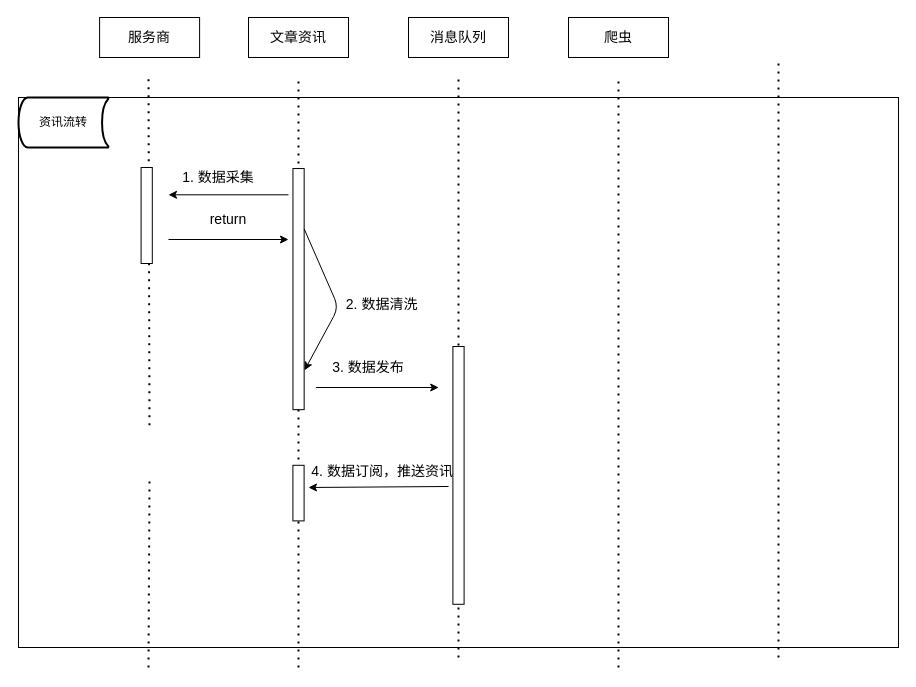
The draw.io diagram 资讯数据流转.drawio in JoinFyc/github-upload, before the edit. Source tidied: cells renumbered, new cells numbered last; positions are measured from the earlier drawing's top-left corner, leaving out a move shared by most shapes. Both pictures are drawn from the tidied source at 100%, with x=0, y=0 at pixel (18, 17).
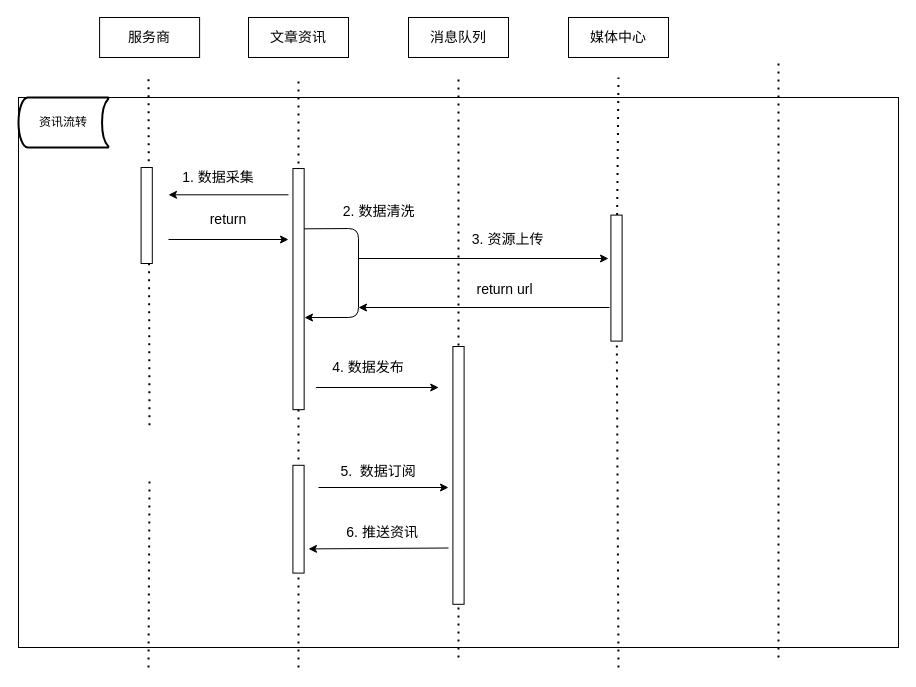
The same diagram, later.

Commit message (it also covers changes not shown here):
Update 资讯数据流转.drawio

Unchanged cells that the change refers to:
```xml
<mxCell id="14" style="rounded=0;whiteSpace=wrap;html=1;rotation=-90;" parent="1" vertex="1">
  <mxGeometry x="159.5" y="266" width="241.1" height="11.2" as="geometry" />
</mxCell>
<mxCell id="17" style="rounded=0;whiteSpace=wrap;html=1;rotation=-90;" parent="1" vertex="1">
  <mxGeometry x="311.1" y="452.3" width="257.8" height="11.2" as="geometry" />
</mxCell>
```

The edit, as a diff of the source:
```diff
@@
-    <mxCell id="9" style="endArrow=none;dashed=1;html=1;dashPattern=1 3;strokeWidth=2;" parent="1" edge="1">
+    <mxCell id="9" style="endArrow=none;dashed=1;html=1;dashPattern=1 3;strokeWidth=2;startArrow=none;" parent="1" edge="1" source="28">
       <mxGeometry relative="1" as="geometry">
-        <mxPoint x="600" y="650" as="sourcePoint" />
         <mxPoint x="600" y="60" as="targetPoint" />
       </mxGeometry>
     </mxCell>
@@
-    <mxCell id="15" value="&lt;font style=&quot;font-size: 14px&quot;&gt;3. 数据发布&lt;/font&gt;" style="text;html=1;strokeColor=none;fillColor=none;align=center;verticalAlign=middle;whiteSpace=wrap;rounded=0;" parent="1" vertex="1">
+    <mxCell id="15" value="&lt;font style=&quot;font-size: 14px&quot;&gt;4. 数据发布&lt;/font&gt;" style="text;html=1;strokeColor=none;fillColor=none;align=center;verticalAlign=middle;whiteSpace=wrap;rounded=0;" parent="1" vertex="1">
       <mxGeometry x="280.2" y="340" width="140" height="20" as="geometry" />
     </mxCell>
@@
     <mxCell id="18" value="&lt;font style=&quot;font-size: 14px&quot;&gt;2. 数据清洗&amp;nbsp;&amp;nbsp;&lt;/font&gt;" style="text;html=1;strokeColor=none;fillColor=none;align=center;verticalAlign=middle;whiteSpace=wrap;rounded=0;" parent="1" vertex="1">
-      <mxGeometry x="311.1" y="277.3" width="113" height="20" as="geometry" />
+      <mxGeometry x="307.8" y="183.6" width="113" height="20" as="geometry" />
     </mxCell>
@@
     <mxCell id="20" style="rounded=0;whiteSpace=wrap;html=1;rotation=-90;" parent="1" vertex="1">
-      <mxGeometry x="252.2" y="470" width="55.6" height="11.2" as="geometry" />
+      <mxGeometry x="226.1" y="496.1" width="107.8" height="11.2" as="geometry" />
     </mxCell>
-    <mxCell id="21" value="&lt;font style=&quot;font-size: 14px&quot;&gt;4. 数据订阅，推送资讯&amp;nbsp;&amp;nbsp;&lt;/font&gt;" style="text;html=1;strokeColor=none;fillColor=none;align=center;verticalAlign=middle;whiteSpace=wrap;rounded=0;" parent="1" vertex="1">
-      <mxGeometry x="283.9" y="443.6" width="167.5" height="20" as="geometry" />
+    <mxCell id="21" value="&lt;font style=&quot;font-size: 14px&quot;&gt;6. 推送资讯&amp;nbsp;&amp;nbsp;&lt;/font&gt;" style="text;html=1;strokeColor=none;fillColor=none;align=center;verticalAlign=middle;whiteSpace=wrap;rounded=0;" parent="1" vertex="1">
+      <mxGeometry x="283.9" y="505" width="167.5" height="20" as="geometry" />
     </mxCell>
@@
-    <mxCell id="23" style="endArrow=classic;html=1;exitX=0.457;exitY=-0.388;exitDx=0;exitDy=0;exitPerimeter=0;" parent="1" edge="1" source="17">
+    <mxCell id="23" style="endArrow=classic;html=1;exitX=0.457;exitY=-0.388;exitDx=0;exitDy=0;exitPerimeter=0;" parent="1" edge="1">
       <mxGeometry relative="1" as="geometry">
-        <mxPoint x="290" y="470" as="targetPoint" />
+        <mxPoint x="430" y="530.5" as="sourcePoint" />
+        <mxPoint x="290" y="531.4" as="targetPoint" />
       </mxGeometry>
     </mxCell>
-    <mxCell id="24" style="endArrow=classic;html=1;exitX=0.75;exitY=1;exitDx=0;exitDy=0;entryX=0.163;entryY=1.033;entryDx=0;entryDy=0;entryPerimeter=0;" parent="1" edge="1" source="14" target="14">
+    <mxCell id="24" style="endArrow=classic;html=1;exitX=0.75;exitY=1;exitDx=0;exitDy=0;entryX=0.382;entryY=1.033;entryDx=0;entryDy=0;entryPerimeter=0;" parent="1" edge="1" source="14" target="14">
       <mxGeometry relative="1" as="geometry">
         <Array as="points">
-          <mxPoint x="320" y="290" />
+          <mxPoint x="340" y="211" />
+          <mxPoint x="340" y="300" />
         </Array>
       </mxGeometry>
     </mxCell>
-    <mxCell id="25" value="&lt;span style=&quot;font-size: 14px&quot;&gt;爬虫&lt;/span&gt;" style="rounded=0;whiteSpace=wrap;html=1;" parent="1" vertex="1">
+    <mxCell id="25" value="&lt;span style=&quot;font-size: 14px&quot;&gt;媒体中心&lt;/span&gt;" style="rounded=0;whiteSpace=wrap;html=1;" parent="1" vertex="1">
       <mxGeometry x="550" width="100" height="40" as="geometry" />
     </mxCell>
@@
+    <mxCell id="28" style="rounded=0;whiteSpace=wrap;html=1;rotation=-90;" parent="1" vertex="1">
+      <mxGeometry x="535" y="255" width="126" height="11.2" as="geometry" />
+    </mxCell>
+    <mxCell id="29" style="endArrow=none;dashed=1;html=1;dashPattern=1 3;strokeWidth=2;" parent="1" edge="1" target="28">
+      <mxGeometry relative="1" as="geometry">
+        <mxPoint x="600" y="650" as="sourcePoint" />
+      </mxGeometry>
+    </mxCell>
+    <mxCell id="30" style="endArrow=classic;html=1;strokeColor=#000000;" parent="1" edge="1">
+      <mxGeometry relative="1" as="geometry">
+        <mxPoint x="340" y="241" as="sourcePoint" />
+        <mxPoint x="590" y="241" as="targetPoint" />
+      </mxGeometry>
+    </mxCell>
+    <mxCell id="31" value="&lt;font style=&quot;font-size: 14px&quot;&gt;3. 资源上传&amp;nbsp;&amp;nbsp;&lt;/font&gt;" style="text;html=1;strokeColor=none;fillColor=none;align=center;verticalAlign=middle;whiteSpace=wrap;rounded=0;" parent="1" vertex="1">
+      <mxGeometry x="437" y="212" width="113" height="20" as="geometry" />
+    </mxCell>
+    <mxCell id="32" style="endArrow=classic;html=1;strokeColor=#000000;" parent="1" edge="1">
+      <mxGeometry relative="1" as="geometry">
+        <mxPoint x="591" y="290" as="sourcePoint" />
+        <mxPoint x="340" y="290" as="targetPoint" />
+      </mxGeometry>
+    </mxCell>
+    <mxCell id="33" value="&lt;span style=&quot;font-size: 14px&quot;&gt;return url&lt;/span&gt;" style="text;html=1;strokeColor=none;fillColor=none;align=center;verticalAlign=middle;whiteSpace=wrap;rounded=0;" parent="1" vertex="1">
+      <mxGeometry x="430" y="261.7" width="113" height="20" as="geometry" />
+    </mxCell>
+    <mxCell id="34" style="endArrow=classic;html=1;" parent="1" edge="1">
+      <mxGeometry relative="1" as="geometry">
+        <mxPoint x="300" y="470" as="sourcePoint" />
+        <mxPoint x="430" y="470" as="targetPoint" />
+      </mxGeometry>
+    </mxCell>
+    <mxCell id="35" value="&lt;font style=&quot;font-size: 14px&quot;&gt;5.&amp;nbsp; 数据订阅&amp;nbsp;&amp;nbsp;&lt;/font&gt;" style="text;html=1;strokeColor=none;fillColor=none;align=center;verticalAlign=middle;whiteSpace=wrap;rounded=0;" parent="1" vertex="1">
+      <mxGeometry x="280.2" y="443.6" width="167.5" height="20" as="geometry" />
+    </mxCell>
```
